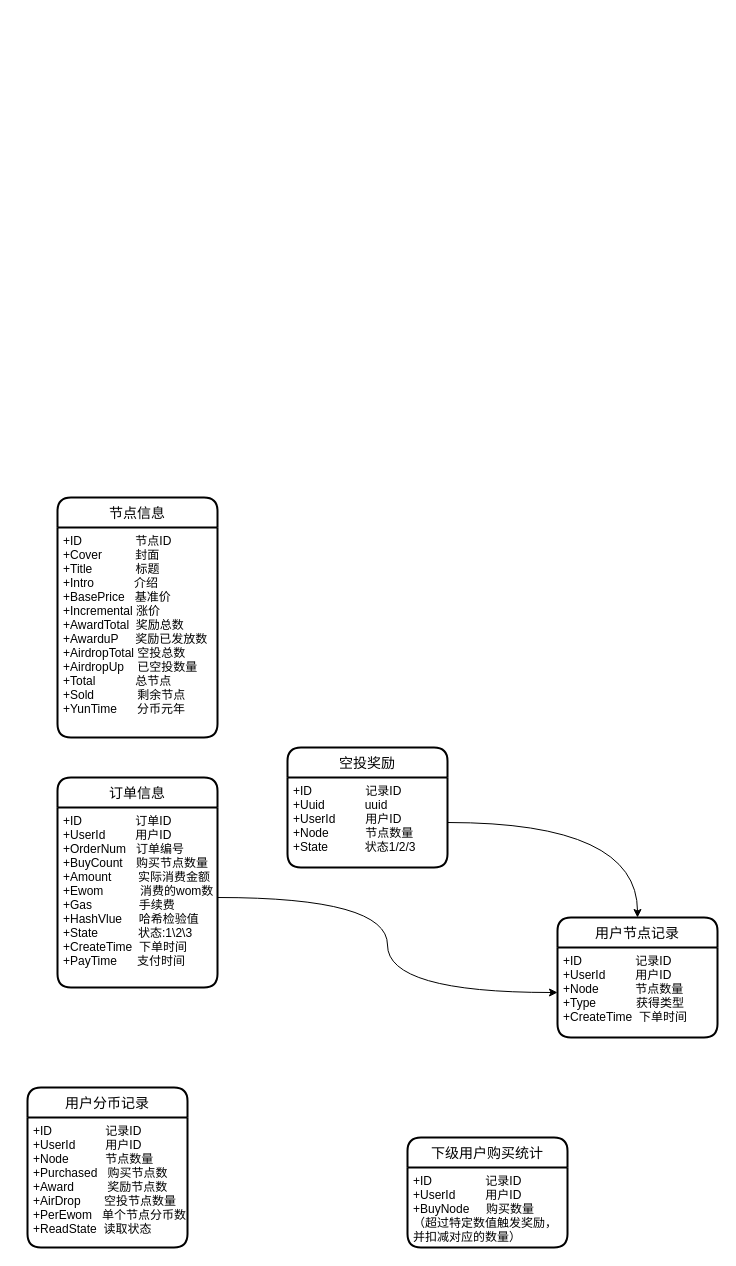
yiuked/diagram keeps this draw.io diagram as wl.drawio. Above is the earlier version. Source tidied: cells renumbered, new cells numbered last; positions are measured from the earlier drawing's top-left corner, leaving out a move shared by most shapes. Both pictures are drawn from the tidied source at 100%, with x=0, y=0 at pixel (27, 497).
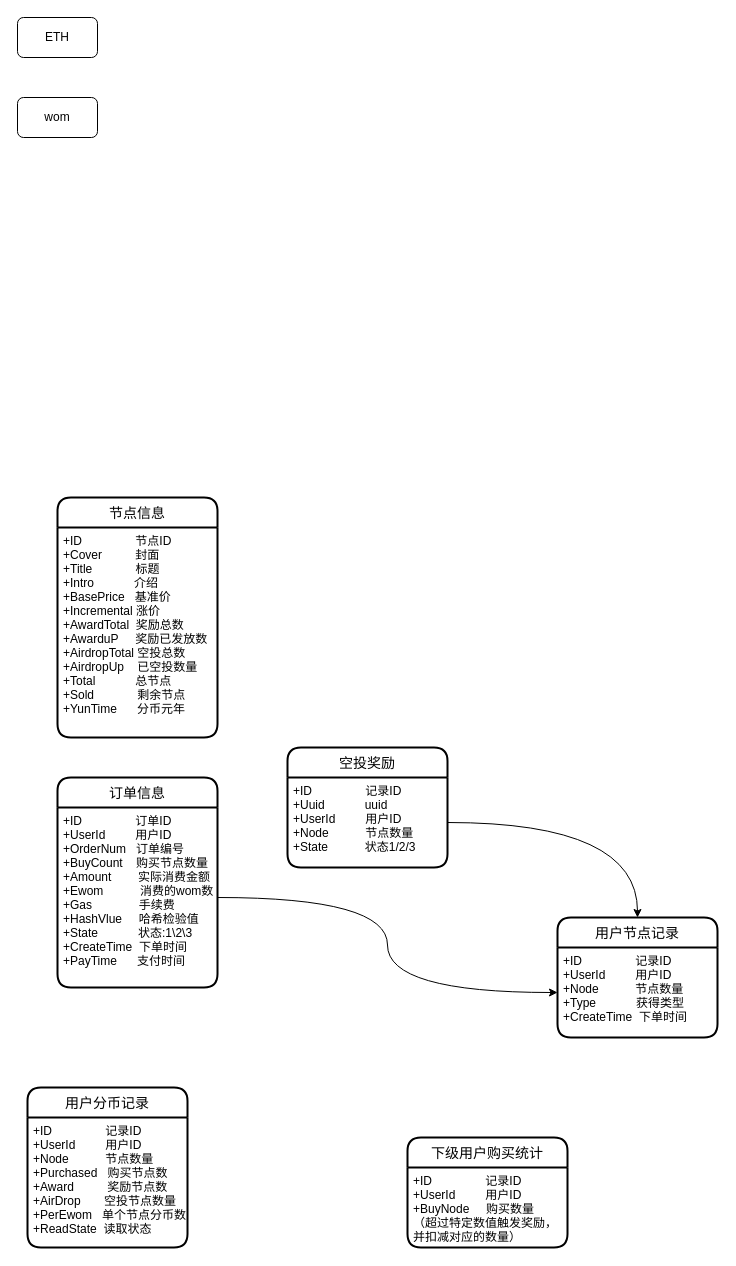
The same diagram, later.

The edit, as a diff of the source:
```diff
@@
 <mxGraphModel>
   <root>
     <mxCell id="0" />
     <mxCell id="1" parent="0" />
     <mxCell id="2" value="节点信息" style="swimlane;horizontal=1;startSize=30;rounded=1;fontSize=14;fontStyle=0;strokeWidth=2;shadow=0;dashed=0;align=center;" parent="1" vertex="1">
       <mxGeometry x="30" width="160" height="240" as="geometry" />
     </mxCell>
     <mxCell id="3" value="+ID                节点ID&#10;+Cover          封面&#10;+Title             标题&#10;+Intro            介绍&#10;+BasePrice   基准价&#10;+Incremental 涨价&#10;+AwardTotal  奖励总数&#10;+AwarduP     奖励已发放数&#10;+AirdropTotal 空投总数&#10;+AirdropUp    已空投数量&#10;+Total            总节点&#10;+Sold             剩余节点&#10;+YunTime      分币元年" style="align=left;strokeColor=none;fillColor=none;spacingLeft=4;fontSize=12;verticalAlign=top;" parent="2" vertex="1">
       <mxGeometry y="30" width="160" height="210" as="geometry" />
     </mxCell>
     <mxCell id="4" value="订单信息" style="swimlane;horizontal=1;startSize=30;rounded=1;fontSize=14;fontStyle=0;strokeWidth=2;shadow=0;dashed=0;align=center;" parent="1" vertex="1">
       <mxGeometry x="30" y="280" width="160" height="210" as="geometry" />
     </mxCell>
     <mxCell id="5" value="+ID                订单ID&#10;+UserId         用户ID&#10;+OrderNum   订单编号&#10;+BuyCount    购买节点数量&#10;+Amount        实际消费金额&#10;+Ewom           消费的wom数&#10;+Gas              手续费&#10;+HashVlue     哈希检验值&#10;+State            状态:1\2\3&#10;+CreateTime  下单时间&#10;+PayTime      支付时间" style="align=left;strokeColor=none;fillColor=none;spacingLeft=4;fontSize=12;verticalAlign=top;" parent="4" vertex="1">
       <mxGeometry y="30" width="160" height="180" as="geometry" />
     </mxCell>
     <mxCell id="6" value="用户节点记录" style="swimlane;horizontal=1;startSize=30;rounded=1;fontSize=14;fontStyle=0;strokeWidth=2;shadow=0;dashed=0;align=center;" parent="1" vertex="1">
       <mxGeometry x="530" y="420" width="160" height="120" as="geometry" />
     </mxCell>
     <mxCell id="7" value="+ID                记录ID&#10;+UserId         用户ID&#10;+Node           节点数量&#10;+Type            获得类型&#10;+CreateTime  下单时间" style="align=left;strokeColor=none;fillColor=none;spacingLeft=4;fontSize=12;verticalAlign=top;" parent="6" vertex="1">
       <mxGeometry y="30" width="160" height="90" as="geometry" />
     </mxCell>
     <mxCell id="8" value="用户分币记录" style="swimlane;horizontal=1;startSize=30;rounded=1;fontSize=14;fontStyle=0;strokeWidth=2;shadow=0;dashed=0;align=center;" parent="1" vertex="1">
       <mxGeometry y="590" width="160" height="160" as="geometry" />
     </mxCell>
     <mxCell id="9" value="+ID                记录ID&#10;+UserId         用户ID&#10;+Node           节点数量&#10;+Purchased   购买节点数&#10;+Award          奖励节点数&#10;+AirDrop       空投节点数量&#10;+PerEwom   单个节点分币数&#10;+ReadState  读取状态&#10;&#10;" style="align=left;strokeColor=none;fillColor=none;spacingLeft=4;fontSize=12;verticalAlign=top;" parent="8" vertex="1">
       <mxGeometry y="30" width="160" height="130" as="geometry" />
     </mxCell>
     <mxCell id="10" value="空投奖励" style="swimlane;horizontal=1;startSize=30;rounded=1;fontSize=14;fontStyle=0;strokeWidth=2;shadow=0;dashed=0;align=center;" parent="1" vertex="1">
       <mxGeometry x="260" y="250" width="160" height="120" as="geometry" />
     </mxCell>
     <mxCell id="11" value="+ID                记录ID&#10;+Uuid            uuid&#10;+UserId         用户ID&#10;+Node           节点数量&#10;+State           状态1/2/3" style="align=left;strokeColor=none;fillColor=none;spacingLeft=4;fontSize=12;verticalAlign=top;" parent="10" vertex="1">
       <mxGeometry y="30" width="160" height="90" as="geometry" />
     </mxCell>
     <mxCell id="12" style="edgeStyle=orthogonalEdgeStyle;rounded=0;jettySize=auto;html=1;entryX=0;entryY=0.5;entryDx=0;entryDy=0;curved=1;" parent="1" edge="1" source="5" target="7">
       <mxGeometry relative="1" as="geometry" />
     </mxCell>
     <mxCell id="13" style="edgeStyle=orthogonalEdgeStyle;curved=1;rounded=0;jettySize=auto;html=1;entryX=0.5;entryY=0;entryDx=0;entryDy=0;" parent="1" edge="1" source="11" target="6">
       <mxGeometry relative="1" as="geometry" />
     </mxCell>
     <mxCell id="14" value="下级用户购买统计" style="swimlane;horizontal=1;startSize=30;rounded=1;fontSize=14;fontStyle=0;strokeWidth=2;shadow=0;dashed=0;align=center;" parent="1" vertex="1">
       <mxGeometry x="380" y="640" width="160" height="110" as="geometry" />
     </mxCell>
     <mxCell id="15" value="+ID                记录ID&#10;+UserId         用户ID&#10;+BuyNode     购买数量&#10;（超过特定数值触发奖励，&#10;并扣减对应的数量）" style="align=left;strokeColor=none;fillColor=none;spacingLeft=4;fontSize=12;verticalAlign=top;" parent="14" vertex="1">
       <mxGeometry y="30" width="160" height="80" as="geometry" />
     </mxCell>
+    <mxCell id="16" value="ETH" style="rounded=1;whiteSpace=wrap;html=1;" parent="1" vertex="1">
+      <mxGeometry x="-10" y="-480" width="80" height="40" as="geometry" />
+    </mxCell>
+    <mxCell id="17" value="wom" style="rounded=1;whiteSpace=wrap;html=1;" parent="1" vertex="1">
+      <mxGeometry x="-10" y="-400" width="80" height="40" as="geometry" />
+    </mxCell>
   </root>
 </mxGraphModel>
```
